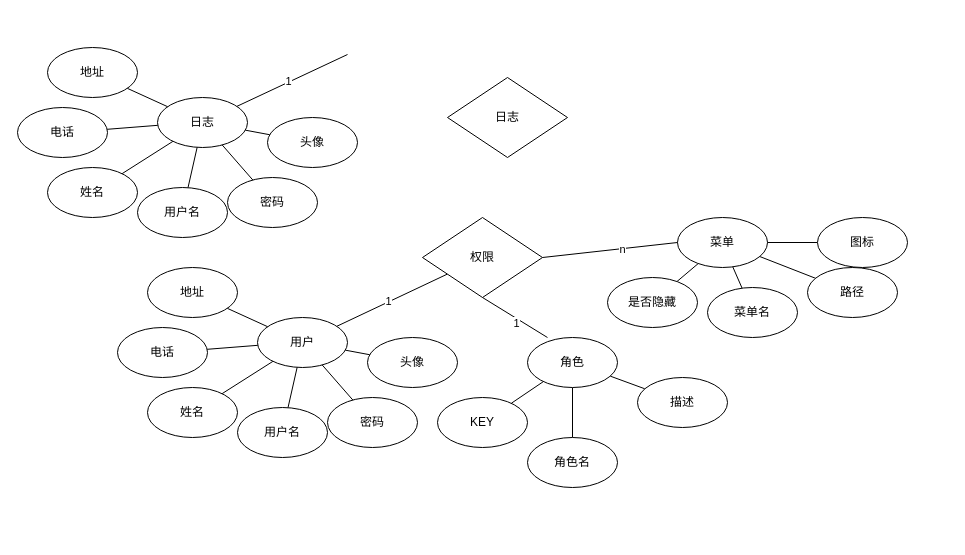
Before: SPARK/music-ER.drawio in redcomet88/DRAW, a draw.io diagram. Source tidied: cells renumbered, new cells numbered last; positions are measured from the earlier drawing's top-left corner, leaving out a move shared by most shapes. Both pictures are drawn from the tidied source at 100%, with x=0, y=0 at pixel (17, 47).
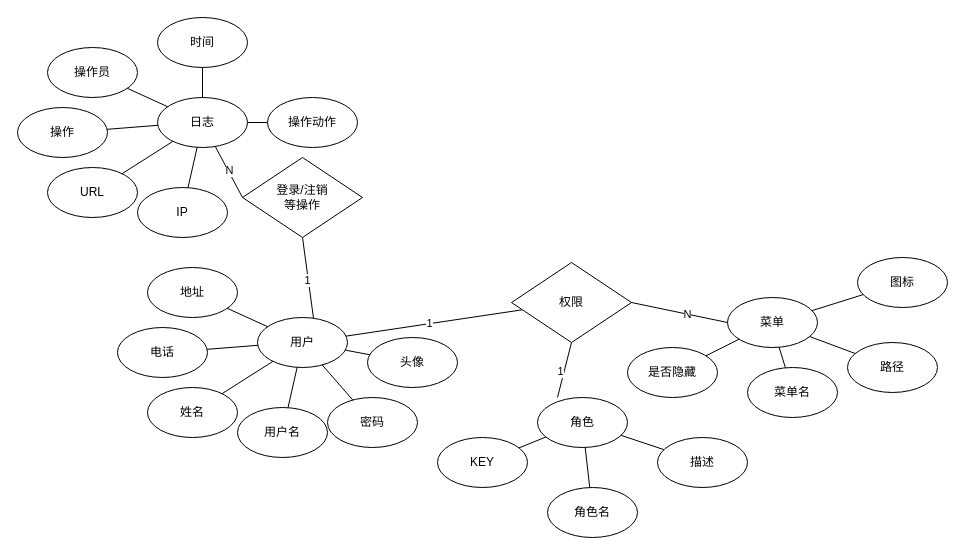
The same diagram, later.

Unchanged cells that the change refers to:
```xml
<mxCell id="5" value="用户" style="ellipse;whiteSpace=wrap;html=1;" parent="1" vertex="1">
  <mxGeometry x="240" y="270" width="90" height="50" as="geometry" />
</mxCell>
<mxCell id="34" style="rounded=0;jettySize=auto;html=1;endArrow=none;endFill=0;entryX=1;entryY=0.5;entryDx=0;entryDy=0;exitX=0;exitY=0.5;exitDx=0;exitDy=0;" parent="1" edge="1" source="25" target="33">
  <mxGeometry relative="1" as="geometry" />
</mxCell>
<mxCell id="41" value="日志" style="ellipse;whiteSpace=wrap;html=1;" parent="1" vertex="1">
  <mxGeometry x="140" y="50" width="90" height="50" as="geometry" />
</mxCell>
```

Diff of the diagram source:
```diff
@@
     <mxCell id="18" value="角色" style="ellipse;whiteSpace=wrap;html=1;" parent="1" vertex="1">
-      <mxGeometry x="510" y="290" width="90" height="50" as="geometry" />
+      <mxGeometry x="520" y="350" width="90" height="50" as="geometry" />
     </mxCell>
     <mxCell id="19" value="角色名" style="ellipse;whiteSpace=wrap;html=1;" parent="1" vertex="1">
-      <mxGeometry x="510" y="390" width="90" height="50" as="geometry" />
+      <mxGeometry x="530" y="440" width="90" height="50" as="geometry" />
     </mxCell>
@@
     <mxCell id="21" value="描述" style="ellipse;whiteSpace=wrap;html=1;" parent="1" vertex="1">
-      <mxGeometry x="620" y="330" width="90" height="50" as="geometry" />
+      <mxGeometry x="640" y="390" width="90" height="50" as="geometry" />
     </mxCell>
@@
     <mxCell id="23" value="KEY" style="ellipse;whiteSpace=wrap;html=1;" parent="1" vertex="1">
-      <mxGeometry x="420" y="350" width="90" height="50" as="geometry" />
+      <mxGeometry x="420" y="390" width="90" height="50" as="geometry" />
     </mxCell>
@@
     <mxCell id="25" value="菜单" style="ellipse;whiteSpace=wrap;html=1;" parent="1" vertex="1">
-      <mxGeometry x="660" y="170" width="90" height="50" as="geometry" />
+      <mxGeometry x="710" y="250" width="90" height="50" as="geometry" />
     </mxCell>
     <mxCell id="26" value="是否隐藏" style="ellipse;whiteSpace=wrap;html=1;" parent="1" vertex="1">
-      <mxGeometry x="590" y="230" width="90" height="50" as="geometry" />
+      <mxGeometry x="610" y="300" width="90" height="50" as="geometry" />
     </mxCell>
@@
     <mxCell id="28" value="菜单名" style="ellipse;whiteSpace=wrap;html=1;" parent="1" vertex="1">
-      <mxGeometry x="690" y="240" width="90" height="50" as="geometry" />
+      <mxGeometry x="730" y="320" width="90" height="50" as="geometry" />
     </mxCell>
@@
     <mxCell id="30" value="路径" style="ellipse;whiteSpace=wrap;html=1;" parent="1" vertex="1">
-      <mxGeometry x="790" y="220" width="90" height="50" as="geometry" />
+      <mxGeometry x="830" y="295" width="90" height="50" as="geometry" />
     </mxCell>
@@
     <mxCell id="32" value="图标" style="ellipse;whiteSpace=wrap;html=1;" parent="1" vertex="1">
-      <mxGeometry x="800" y="170" width="90" height="50" as="geometry" />
+      <mxGeometry x="840" y="210" width="90" height="50" as="geometry" />
     </mxCell>
     <mxCell id="33" value="权限" style="rhombus;whiteSpace=wrap;html=1;" parent="1" vertex="1">
-      <mxGeometry x="405" y="170" width="120" height="80" as="geometry" />
+      <mxGeometry x="494" y="215" width="120" height="80" as="geometry" />
     </mxCell>
@@
-    <mxCell id="35" value="n" style="edgeLabel;html=1;align=center;verticalAlign=middle;" parent="34" vertex="1">
+    <mxCell id="35" value="N" style="edgeLabel;html=1;align=center;verticalAlign=middle;" parent="34" vertex="1">
       <mxGeometry x="-0.17" relative="1" as="geometry" />
     </mxCell>
@@
-    <mxCell id="39" style="rounded=0;jettySize=auto;html=1;endArrow=none;endFill=0;" parent="1" edge="1" source="41">
-      <mxGeometry relative="1" as="geometry">
-        <mxPoint x="330" y="7" as="targetPoint" />
-      </mxGeometry>
+    <mxCell id="39" style="rounded=0;jettySize=auto;html=1;endArrow=none;endFill=0;entryX=0;entryY=0.5;entryDx=0;entryDy=0;" parent="1" edge="1" source="41" target="53">
+      <mxGeometry relative="1" as="geometry" />
     </mxCell>
-    <mxCell id="40" value="1" style="edgeLabel;html=1;align=center;verticalAlign=middle;" parent="39" vertex="1">
+    <mxCell id="40" value="N" style="edgeLabel;html=1;align=center;verticalAlign=middle;" parent="39" vertex="1">
       <mxGeometry x="-0.06" y="1" relative="1" as="geometry" />
     </mxCell>
@@
-    <mxCell id="42" value="姓名" style="ellipse;whiteSpace=wrap;html=1;" parent="1" vertex="1">
+    <mxCell id="42" value="URL" style="ellipse;whiteSpace=wrap;html=1;" parent="1" vertex="1">
       <mxGeometry x="30" y="120" width="90" height="50" as="geometry" />
     </mxCell>
@@
-    <mxCell id="44" value="用户名" style="ellipse;whiteSpace=wrap;html=1;" parent="1" vertex="1">
+    <mxCell id="44" value="IP" style="ellipse;whiteSpace=wrap;html=1;" parent="1" vertex="1">
       <mxGeometry x="120" y="140" width="90" height="50" as="geometry" />
     </mxCell>
@@
-    <mxCell id="46" value="电话" style="ellipse;whiteSpace=wrap;html=1;" parent="1" vertex="1">
+    <mxCell id="46" value="操作" style="ellipse;whiteSpace=wrap;html=1;" parent="1" vertex="1">
       <mxGeometry y="60" width="90" height="50" as="geometry" />
     </mxCell>
@@
-    <mxCell id="48" value="密码" style="ellipse;whiteSpace=wrap;html=1;" parent="1" vertex="1">
-      <mxGeometry x="210" y="130" width="90" height="50" as="geometry" />
+    <mxCell id="48" value="操作动作" style="ellipse;whiteSpace=wrap;html=1;" parent="1" vertex="1">
+      <mxGeometry x="250" y="50" width="90" height="50" as="geometry" />
     </mxCell>
@@
-    <mxCell id="50" value="头像" style="ellipse;whiteSpace=wrap;html=1;" parent="1" vertex="1">
-      <mxGeometry x="250" y="70" width="90" height="50" as="geometry" />
+    <mxCell id="50" value="时间" style="ellipse;whiteSpace=wrap;html=1;" parent="1" vertex="1">
+      <mxGeometry x="140" y="-30" width="90" height="50" as="geometry" />
     </mxCell>
@@
-    <mxCell id="52" value="地址" style="ellipse;whiteSpace=wrap;html=1;" parent="1" vertex="1">
+    <mxCell id="52" value="操作员" style="ellipse;whiteSpace=wrap;html=1;" parent="1" vertex="1">
       <mxGeometry x="30" width="90" height="50" as="geometry" />
     </mxCell>
-    <mxCell id="53" value="日志" style="rhombus;whiteSpace=wrap;html=1;" parent="1" vertex="1">
-      <mxGeometry x="430" y="30" width="120" height="80" as="geometry" />
+    <mxCell id="53" value="登录/注销&lt;br&gt;等操作" style="rhombus;whiteSpace=wrap;html=1;" parent="1" vertex="1">
+      <mxGeometry x="225" y="110" width="120" height="80" as="geometry" />
     </mxCell>
+    <mxCell id="54" style="rounded=0;jettySize=auto;html=1;endArrow=none;endFill=0;entryX=0.5;entryY=1;entryDx=0;entryDy=0;exitX=0.622;exitY=0.01;exitDx=0;exitDy=0;exitPerimeter=0;" parent="1" edge="1" source="5" target="53">
+      <mxGeometry relative="1" as="geometry" />
+    </mxCell>
+    <mxCell id="55" value="1" style="edgeLabel;html=1;align=center;verticalAlign=middle;" parent="54" vertex="1">
+      <mxGeometry x="-0.06" y="1" relative="1" as="geometry" />
+    </mxCell>
```
